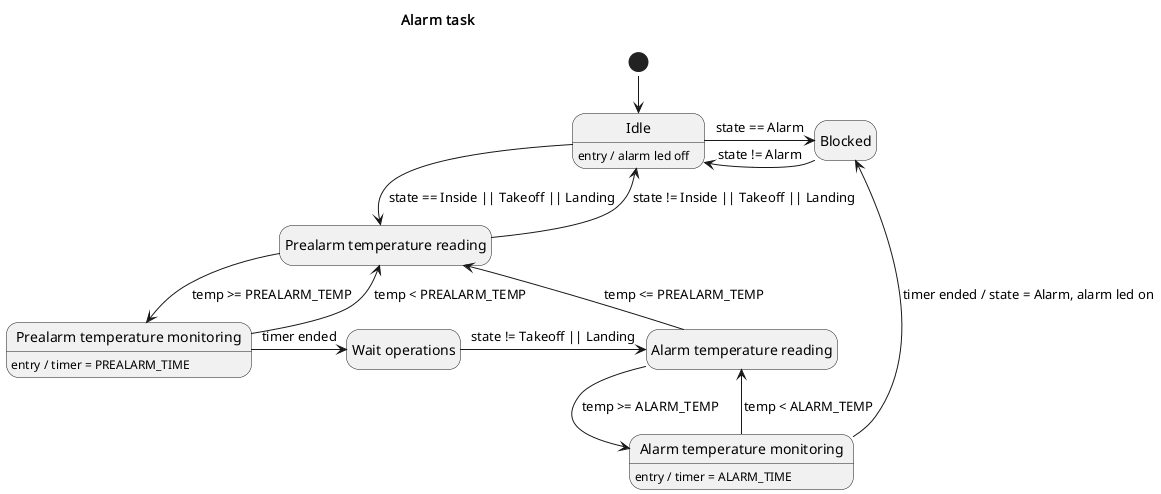
the-real-deal/unibo-iot-didospita keeps this PlantUML diagram as assignments/02-sdh/docs/tasks/alarm.png. Above is the earlier version.
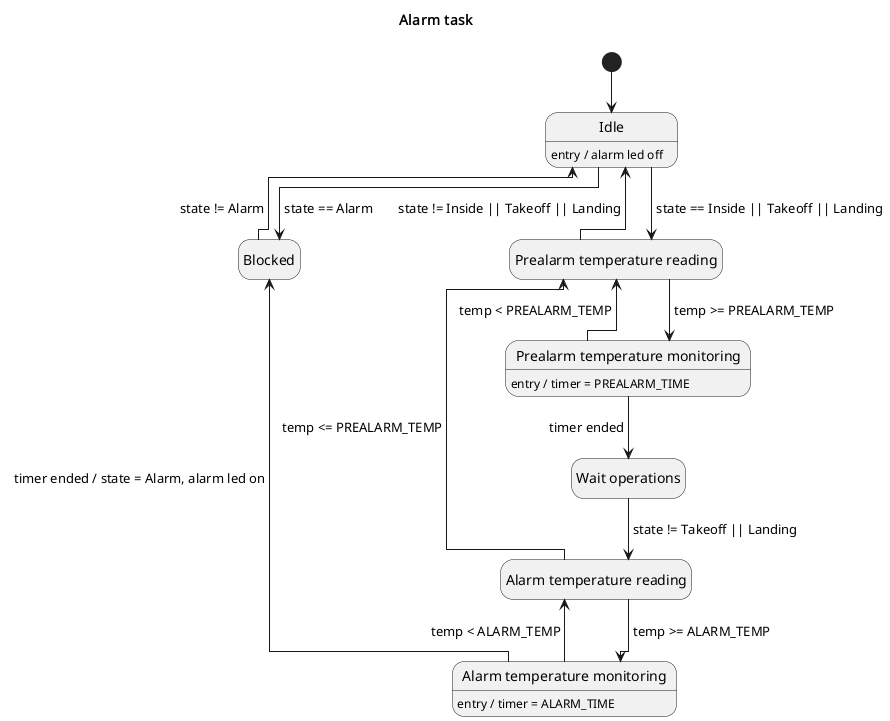
Later version of the same file.

Commit message:
docs: ddd + elk layout

Change to the diagram source:
```diff
@@ -1,5 +1,5 @@
 @startuml AlarmTask
-!pragma layout smetana
+!pragma layout elk
 hide empty description
 
 title "Alarm task"
```
